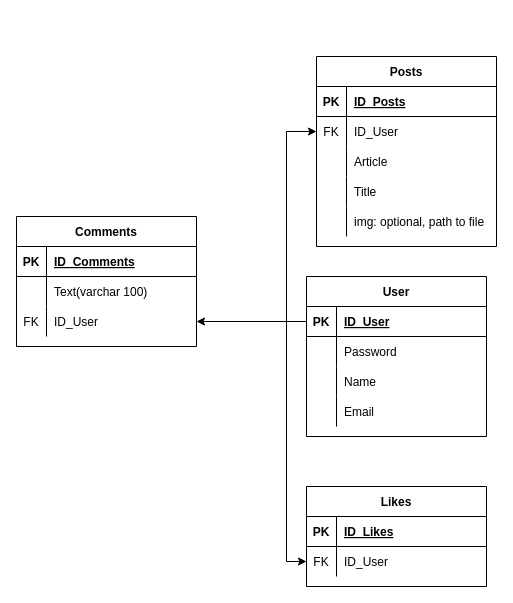
Before: Diagram/Twitch.drawio in IonGirbu/PW-2, a draw.io diagram. Source tidied: cells renumbered, new cells numbered last; positions are measured from the earlier drawing's top-left corner, leaving out a move shared by most shapes. Both pictures are drawn from the tidied source at 100%, with x=0, y=0 at pixel (16, 56).
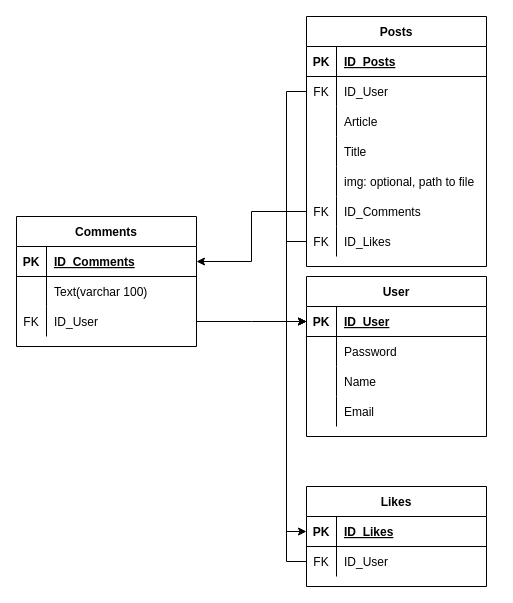
The same page after the edit.

Unchanged cells that the change refers to:
```xml
<mxCell id="3" style="shape=tableRow;horizontal=0;startSize=0;swimlaneHead=0;swimlaneBody=0;fillColor=none;points=[[0,0.5],[1,0.5]];portConstraint=eastwest;top=0;left=0;right=0;bottom=1;" parent="2" vertex="1">
  <mxGeometry y="30" width="180" height="30" as="geometry" />
</mxCell>
<mxCell id="16" style="shape=tableRow;horizontal=0;startSize=0;swimlaneHead=0;swimlaneBody=0;fillColor=none;points=[[0,0.5],[1,0.5]];portConstraint=eastwest;top=0;left=0;right=0;bottom=1;" parent="15" vertex="1">
  <mxGeometry y="30" width="180" height="30" as="geometry" />
</mxCell>
<mxCell id="19" style="shape=tableRow;horizontal=0;startSize=0;swimlaneHead=0;swimlaneBody=0;fillColor=none;points=[[0,0.5],[1,0.5]];portConstraint=eastwest;top=0;left=0;right=0;bottom=0;" parent="15" vertex="1">
  <mxGeometry y="60" width="180" height="30" as="geometry" />
</mxCell>
<mxCell id="23" style="shape=tableRow;horizontal=0;startSize=0;swimlaneHead=0;swimlaneBody=0;fillColor=none;points=[[0,0.5],[1,0.5]];portConstraint=eastwest;top=0;left=0;right=0;bottom=1;" parent="22" vertex="1">
  <mxGeometry y="30" width="180" height="30" as="geometry" />
</mxCell>
<mxCell id="29" style="shape=tableRow;horizontal=0;startSize=0;swimlaneHead=0;swimlaneBody=0;fillColor=none;points=[[0,0.5],[1,0.5]];portConstraint=eastwest;top=0;left=0;right=0;bottom=0;strokeColor=default;" parent="22" vertex="1">
  <mxGeometry y="90" width="180" height="30" as="geometry" />
</mxCell>
<mxCell id="36" style="shape=tableRow;horizontal=0;startSize=0;swimlaneHead=0;swimlaneBody=0;fillColor=none;points=[[0,0.5],[1,0.5]];portConstraint=eastwest;top=0;left=0;right=0;bottom=0;" parent="32" vertex="1">
  <mxGeometry y="60" width="180" height="30" as="geometry" />
</mxCell>
```

What changed in the source:
```diff
@@
     <mxCell id="32" value="Posts" style="shape=table;startSize=30;childLayout=tableLayout;rowLines=0;fontStyle=1;align=center;" parent="1" vertex="1">
-      <mxGeometry x="300" width="180" height="190" as="geometry" />
+      <mxGeometry x="290" y="-40" width="180" height="250" as="geometry" />
     </mxCell>
@@
-    <mxCell id="48" style="edgeStyle=orthogonalEdgeStyle;rounded=0;jettySize=auto;html=1;exitX=0;exitY=0.5;exitDx=0;exitDy=0;entryX=1;entryY=0.5;entryDx=0;entryDy=0;" parent="1" edge="1" source="3" target="29">
-      <mxGeometry relative="1" as="geometry" />
-    </mxCell>
-    <mxCell id="49" style="edgeStyle=orthogonalEdgeStyle;rounded=0;jettySize=auto;html=1;exitX=0;exitY=0.5;exitDx=0;exitDy=0;entryX=0;entryY=0.5;entryDx=0;entryDy=0;" parent="1" edge="1" source="3" target="36">
-      <mxGeometry relative="1" as="geometry" />
-    </mxCell>
-    <mxCell id="50" style="edgeStyle=orthogonalEdgeStyle;rounded=0;jettySize=auto;html=1;entryX=0;entryY=0.5;entryDx=0;entryDy=0;" parent="1" edge="1" source="3" target="19">
-      <mxGeometry relative="1" as="geometry" />
-    </mxCell>
+    <mxCell id="51" style="shape=tableRow;horizontal=0;startSize=0;swimlaneHead=0;swimlaneBody=0;fillColor=none;points=[[0,0.5],[1,0.5]];portConstraint=eastwest;top=0;left=0;right=0;bottom=0;" parent="32" vertex="1">
+      <mxGeometry y="180" width="180" height="30" as="geometry" />
+    </mxCell>
+    <mxCell id="52" value="FK" style="shape=partialRectangle;fillColor=none;top=0;left=0;bottom=0;right=0;overflow=hidden;" parent="51" vertex="1">
+      <mxGeometry width="30" height="30" as="geometry" />
+    </mxCell>
+    <mxCell id="53" value="ID_Comments" style="shape=partialRectangle;fillColor=none;top=0;left=0;bottom=0;right=0;align=left;spacingLeft=6;overflow=hidden;" parent="51" vertex="1">
+      <mxGeometry x="30" width="150" height="30" as="geometry" />
+    </mxCell>
+    <mxCell id="54" style="shape=tableRow;horizontal=0;startSize=0;swimlaneHead=0;swimlaneBody=0;fillColor=none;points=[[0,0.5],[1,0.5]];portConstraint=eastwest;top=0;left=0;right=0;bottom=0;" parent="32" vertex="1">
+      <mxGeometry y="210" width="180" height="30" as="geometry" />
+    </mxCell>
+    <mxCell id="55" value="FK" style="shape=partialRectangle;fillColor=none;top=0;left=0;bottom=0;right=0;overflow=hidden;" parent="54" vertex="1">
+      <mxGeometry width="30" height="30" as="geometry" />
+    </mxCell>
+    <mxCell id="56" value="ID_Likes" style="shape=partialRectangle;fillColor=none;top=0;left=0;bottom=0;right=0;align=left;spacingLeft=6;overflow=hidden;" parent="54" vertex="1">
+      <mxGeometry x="30" width="150" height="30" as="geometry" />
+    </mxCell>
+    <mxCell id="57" style="edgeStyle=orthogonalEdgeStyle;rounded=0;jettySize=auto;html=1;entryX=0;entryY=0.5;entryDx=0;entryDy=0;" parent="1" edge="1" source="36" target="3">
+      <mxGeometry relative="1" as="geometry" />
+    </mxCell>
+    <mxCell id="58" style="edgeStyle=orthogonalEdgeStyle;rounded=0;jettySize=auto;html=1;" parent="1" edge="1" source="29">
+      <mxGeometry relative="1" as="geometry">
+        <mxPoint x="290" y="265" as="targetPoint" />
+      </mxGeometry>
+    </mxCell>
+    <mxCell id="59" style="edgeStyle=orthogonalEdgeStyle;rounded=0;jettySize=auto;html=1;entryX=1;entryY=0.5;entryDx=0;entryDy=0;" parent="1" edge="1" source="51" target="23">
+      <mxGeometry relative="1" as="geometry" />
+    </mxCell>
+    <mxCell id="60" style="edgeStyle=orthogonalEdgeStyle;rounded=0;jettySize=auto;html=1;entryX=0;entryY=0.5;entryDx=0;entryDy=0;" parent="1" edge="1" source="54" target="16">
+      <mxGeometry relative="1" as="geometry" />
+    </mxCell>
+    <mxCell id="61" style="edgeStyle=orthogonalEdgeStyle;rounded=0;jettySize=auto;html=1;entryX=0;entryY=0.5;entryDx=0;entryDy=0;" parent="1" edge="1" source="19" target="3">
+      <mxGeometry relative="1" as="geometry" />
+    </mxCell>
```
